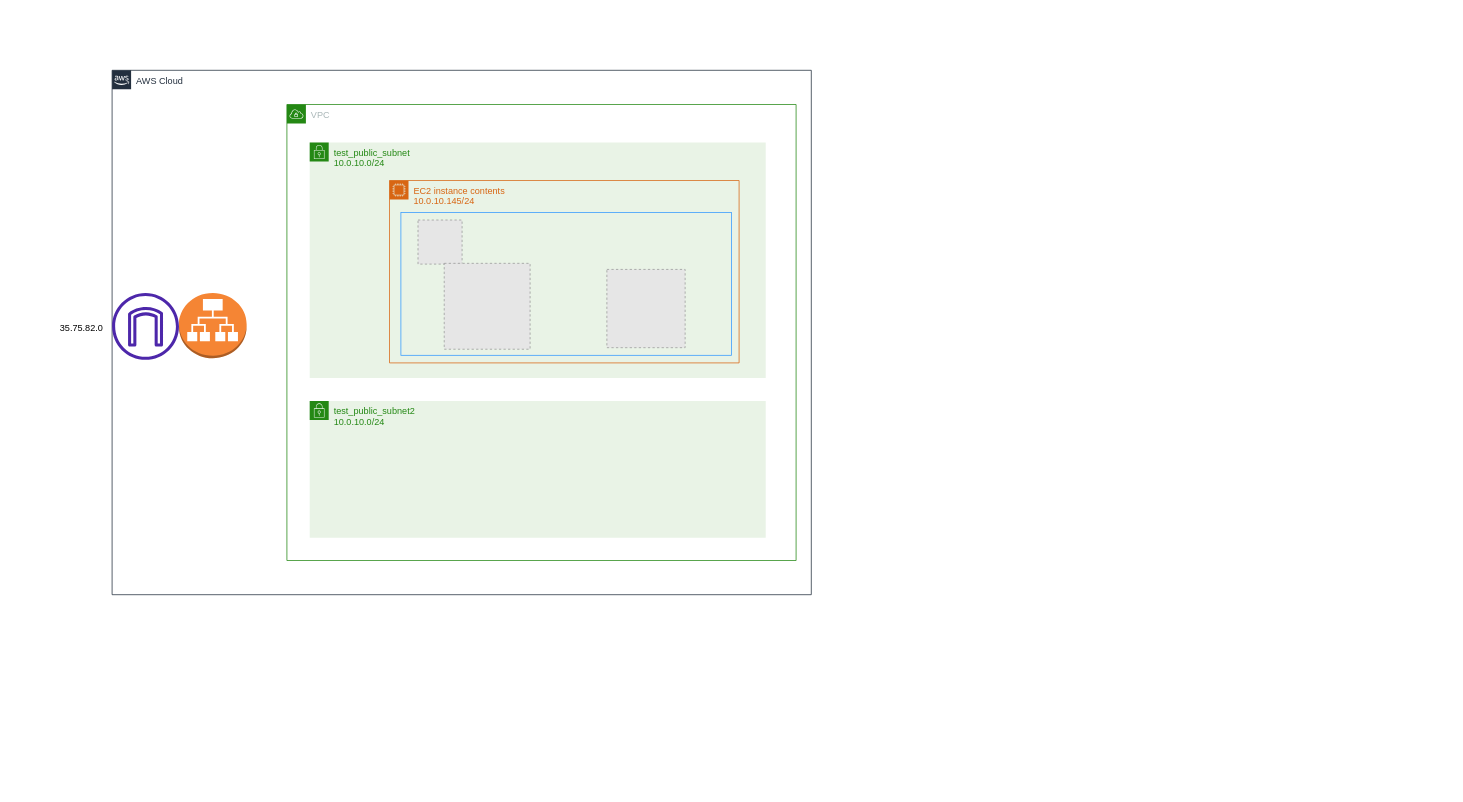
Before: Untitled Diagram.drawio in junjun491/jcookpad, a draw.io diagram. Source tidied: cells renumbered, new cells numbered last; positions are measured from the earlier drawing's top-left corner, leaving out a move shared by most shapes. Both pictures are drawn from the tidied source at 76%, with x=0, y=0 at pixel (51, 70). Pictures stored in the file or linked from it are replaced by grey dashed boxes.
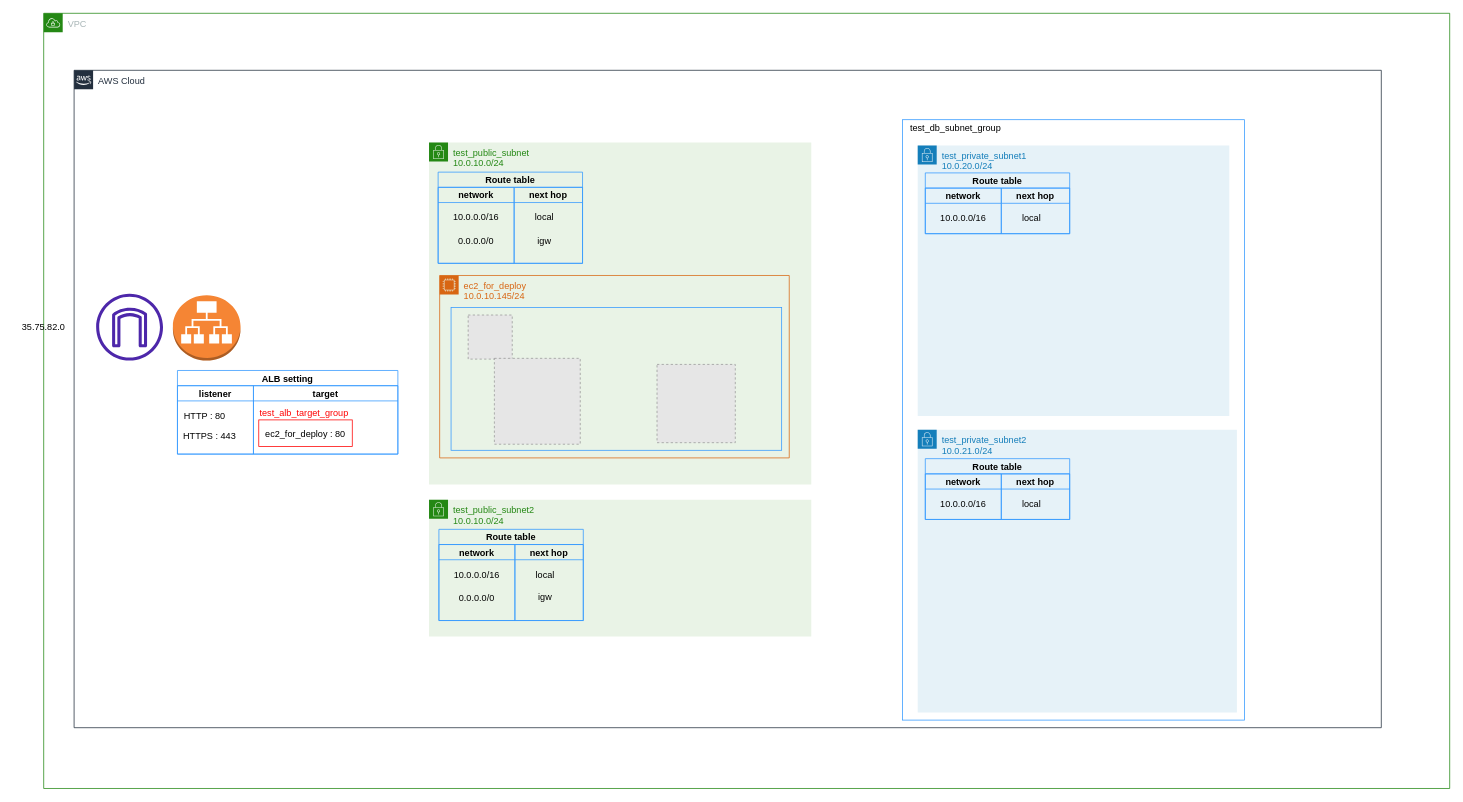
The same page after the edit.

Change to the diagram source:
```diff
@@
+    <mxCell id="3" value="VPC" style="gradientColor=none;html=1;whiteSpace=wrap;fontSize=12;fontStyle=0;shape=mxgraph.aws4.group;grIcon=mxgraph.aws4.group_vpc;strokeColor=#248814;fillColor=none;verticalAlign=top;align=left;spacingLeft=30;fontColor=#AAB7B8;dashed=0;" parent="1" vertex="1">
+      <mxGeometry x="-10" y="-75" width="1850" height="1020" as="geometry" />
+    </mxCell>
     <mxCell id="2" value="AWS Cloud" style="gradientColor=none;html=1;whiteSpace=wrap;fontSize=12;fontStyle=0;shape=mxgraph.aws4.group;grIcon=mxgraph.aws4.group_aws_cloud_alt;strokeColor=#232F3E;fillColor=none;verticalAlign=top;align=left;spacingLeft=30;fontColor=#232F3E;dashed=0;" parent="1" vertex="1">
-      <mxGeometry x="80" width="920" height="690" as="geometry" />
+      <mxGeometry x="30" width="1720" height="865" as="geometry" />
     </mxCell>
-    <mxCell id="3" value="VPC" style="gradientColor=none;html=1;whiteSpace=wrap;fontSize=12;fontStyle=0;shape=mxgraph.aws4.group;grIcon=mxgraph.aws4.group_vpc;strokeColor=#248814;fillColor=none;verticalAlign=top;align=left;spacingLeft=30;fontColor=#AAB7B8;dashed=0;" parent="1" vertex="1">
-      <mxGeometry x="310" y="45" width="670" height="600" as="geometry" />
-    </mxCell>
+    <mxCell id="14" value="test_private_subnet2&lt;br&gt;10.0.21.0/24" style="gradientColor=none;html=1;whiteSpace=wrap;fontSize=12;fontStyle=0;shape=mxgraph.aws4.group;grIcon=mxgraph.aws4.group_security_group;grStroke=0;strokeColor=#147EBA;fillColor=#E6F2F8;verticalAlign=top;align=left;spacingLeft=30;fontColor=#147EBA;dashed=0;labelBackgroundColor=none;" parent="1" vertex="1">
+      <mxGeometry x="1140" y="473" width="420" height="372" as="geometry" />
+    </mxCell>
     <mxCell id="4" value="test_public_subnet&lt;br&gt;10.0.10.0/24" style="gradientColor=none;html=1;whiteSpace=wrap;fontSize=12;fontStyle=0;shape=mxgraph.aws4.group;grIcon=mxgraph.aws4.group_security_group;grStroke=0;strokeColor=#248814;fillColor=#E9F3E6;verticalAlign=top;align=left;spacingLeft=30;fontColor=#248814;dashed=0;" parent="1" vertex="1">
-      <mxGeometry x="340" y="95" width="600" height="310" as="geometry" />
+      <mxGeometry x="497" y="95" width="503" height="450" as="geometry" />
     </mxCell>
-    <mxCell id="5" value="EC2 instance contents&lt;br&gt;10.0.10.145/24" style="gradientColor=none;html=1;whiteSpace=wrap;fontSize=12;fontStyle=0;shape=mxgraph.aws4.group;grIcon=mxgraph.aws4.group_ec2_instance_contents;strokeColor=#D86613;fillColor=none;verticalAlign=top;align=left;spacingLeft=30;fontColor=#D86613;dashed=0;" parent="1" vertex="1">
-      <mxGeometry x="445" y="145" width="460" height="240" as="geometry" />
+    <mxCell id="5" value="ec2_for_deploy&lt;br&gt;10.0.10.145/24" style="gradientColor=none;html=1;whiteSpace=wrap;fontSize=12;fontStyle=0;shape=mxgraph.aws4.group;grIcon=mxgraph.aws4.group_ec2_instance_contents;strokeColor=#D86613;fillColor=none;verticalAlign=top;align=left;spacingLeft=30;fontColor=#D86613;dashed=0;" parent="1" vertex="1">
+      <mxGeometry x="511" y="270" width="460" height="240" as="geometry" />
     </mxCell>
     <mxCell id="6" value="35.75.82.0" style="text;html=1;strokeColor=none;fillColor=none;align=center;verticalAlign=middle;whiteSpace=wrap;rounded=0;" parent="1" vertex="1">
-      <mxGeometry y="317" width="80" height="44" as="geometry" />
+      <mxGeometry x="-50" y="316" width="80" height="44" as="geometry" />
     </mxCell>
     <mxCell id="7" style="fillColor=#E6E6E6;strokeColor=#999999;dashed=1;verticalLabelPosition=bottom;labelBackgroundColor=#ffffff;verticalAlign=top;" parent="1" vertex="1">
-      <mxGeometry x="482.5" y="197" width="58" height="58" as="geometry" />
+      <mxGeometry x="548.5" y="322" width="58" height="58" as="geometry" />
     </mxCell>
     <mxCell id="8" style="rounded=0;whiteSpace=wrap;html=1;labelBackgroundColor=none;fillColor=none;strokeColor=#3399FF;" parent="1" vertex="1">
-      <mxGeometry x="460" y="187" width="435" height="188" as="geometry" />
+      <mxGeometry x="526" y="312" width="435" height="188" as="geometry" />
     </mxCell>
     <mxCell id="9" style="fillColor=#E6E6E6;strokeColor=#999999;dashed=1;verticalLabelPosition=bottom;labelBackgroundColor=#ffffff;verticalAlign=top;" parent="1" vertex="1">
-      <mxGeometry x="731" y="262" width="103" height="103" as="geometry" />
+      <mxGeometry x="797" y="387" width="103" height="103" as="geometry" />
     </mxCell>
     <mxCell id="10" style="fillColor=#E6E6E6;strokeColor=#999999;dashed=1;verticalLabelPosition=bottom;labelBackgroundColor=#ffffff;verticalAlign=top;" parent="1" vertex="1">
-      <mxGeometry x="517" y="254" width="113" height="113" as="geometry" />
+      <mxGeometry x="583" y="379" width="113" height="113" as="geometry" />
     </mxCell>
     <mxCell id="11" style="dashed=0;verticalLabelPosition=bottom;verticalAlign=top;align=center;html=1;shape=mxgraph.aws3.application_load_balancer;fillColor=#F58534;gradientColor=none;labelBackgroundColor=none;strokeColor=#3399FF;" parent="1" vertex="1">
-      <mxGeometry x="168" y="293" width="89" height="86" as="geometry" />
+      <mxGeometry x="160" y="296" width="89" height="86" as="geometry" />
     </mxCell>
     <mxCell id="12" style="sketch=0;fontColor=#232F3E;gradientColor=none;fillColor=#4D27AA;strokeColor=none;dashed=0;verticalLabelPosition=bottom;verticalAlign=top;align=center;html=1;fontSize=12;fontStyle=0;shape=mxgraph.aws4.internet_gateway;" parent="1" vertex="1">
-      <mxGeometry x="80" y="293" width="88" height="88" as="geometry" />
+      <mxGeometry x="59" y="294" width="88" height="88" as="geometry" />
     </mxCell>
     <mxCell id="13" value="test_public_subnet2&lt;br&gt;10.0.10.0/24" style="gradientColor=none;html=1;whiteSpace=wrap;fontSize=12;fontStyle=0;shape=mxgraph.aws4.group;grIcon=mxgraph.aws4.group_security_group;grStroke=0;strokeColor=#248814;fillColor=#E9F3E6;verticalAlign=top;align=left;spacingLeft=30;fontColor=#248814;dashed=0;labelBackgroundColor=none;" parent="1" vertex="1">
-      <mxGeometry x="340" y="435" width="600" height="180" as="geometry" />
+      <mxGeometry x="497" y="565" width="503" height="180" as="geometry" />
     </mxCell>
+    <mxCell id="15" value="Route table" style="swimlane;startSize=20;labelBackgroundColor=none;strokeColor=#3399FF;fillColor=none;" parent="1" vertex="1">
+      <mxGeometry x="509" y="134" width="190" height="120" as="geometry" />
+    </mxCell>
+    <mxCell id="16" value="network" style="swimlane;startSize=20;labelBackgroundColor=none;strokeColor=#3399FF;fillColor=none;" parent="15" vertex="1">
+      <mxGeometry y="20" width="100" height="100" as="geometry" />
+    </mxCell>
+    <mxCell id="17" value="10.0.0.0/16" style="text;html=1;strokeColor=none;fillColor=none;align=center;verticalAlign=middle;whiteSpace=wrap;rounded=0;labelBackgroundColor=none;" parent="16" vertex="1">
+      <mxGeometry x="20" y="25" width="60" height="30" as="geometry" />
+    </mxCell>
+    <mxCell id="18" value="next hop" style="swimlane;startSize=20;labelBackgroundColor=none;strokeColor=#3399FF;fillColor=none;" parent="15" vertex="1">
+      <mxGeometry x="100" y="20" width="90" height="100" as="geometry" />
+    </mxCell>
+    <mxCell id="19" value="local" style="text;html=1;strokeColor=none;fillColor=none;align=center;verticalAlign=middle;whiteSpace=wrap;rounded=0;labelBackgroundColor=none;" parent="18" vertex="1">
+      <mxGeometry x="10" y="25" width="60" height="30" as="geometry" />
+    </mxCell>
+    <mxCell id="20" value="0.0.0.0/0" style="text;html=1;strokeColor=none;fillColor=none;align=center;verticalAlign=middle;whiteSpace=wrap;rounded=0;labelBackgroundColor=none;" parent="1" vertex="1">
+      <mxGeometry x="529" y="210" width="60" height="30" as="geometry" />
+    </mxCell>
+    <mxCell id="21" value="igw" style="text;html=1;strokeColor=none;fillColor=none;align=center;verticalAlign=middle;whiteSpace=wrap;rounded=0;labelBackgroundColor=none;" parent="1" vertex="1">
+      <mxGeometry x="619" y="210" width="60" height="30" as="geometry" />
+    </mxCell>
+    <mxCell id="22" value="test_private_subnet1&lt;br&gt;10.0.20.0/24" style="gradientColor=none;html=1;whiteSpace=wrap;fontSize=12;fontStyle=0;shape=mxgraph.aws4.group;grIcon=mxgraph.aws4.group_security_group;grStroke=0;strokeColor=#147EBA;fillColor=#E6F2F8;verticalAlign=top;align=left;spacingLeft=30;fontColor=#147EBA;dashed=0;labelBackgroundColor=none;" parent="1" vertex="1">
+      <mxGeometry x="1140" y="99" width="410" height="356" as="geometry" />
+    </mxCell>
+    <mxCell id="23" value="Route table" style="swimlane;startSize=20;labelBackgroundColor=none;strokeColor=#3399FF;fillColor=none;" parent="1" vertex="1">
+      <mxGeometry x="1150" y="511" width="190" height="80" as="geometry" />
+    </mxCell>
+    <mxCell id="24" value="network" style="swimlane;startSize=20;labelBackgroundColor=none;strokeColor=#3399FF;fillColor=none;" parent="23" vertex="1">
+      <mxGeometry y="20" width="100" height="60" as="geometry" />
+    </mxCell>
+    <mxCell id="25" value="10.0.0.0/16" style="text;html=1;strokeColor=none;fillColor=none;align=center;verticalAlign=middle;whiteSpace=wrap;rounded=0;labelBackgroundColor=none;" parent="24" vertex="1">
+      <mxGeometry x="20" y="25" width="60" height="30" as="geometry" />
+    </mxCell>
+    <mxCell id="26" value="next hop" style="swimlane;startSize=20;labelBackgroundColor=none;strokeColor=#3399FF;fillColor=none;" parent="23" vertex="1">
+      <mxGeometry x="100" y="20" width="90" height="60" as="geometry" />
+    </mxCell>
+    <mxCell id="27" value="local" style="text;html=1;strokeColor=none;fillColor=none;align=center;verticalAlign=middle;whiteSpace=wrap;rounded=0;labelBackgroundColor=none;" parent="26" vertex="1">
+      <mxGeometry x="10" y="25" width="60" height="30" as="geometry" />
+    </mxCell>
+    <mxCell id="28" value="Route table" style="swimlane;startSize=20;labelBackgroundColor=none;strokeColor=#3399FF;fillColor=none;" parent="1" vertex="1">
+      <mxGeometry x="1150" y="135" width="190" height="80" as="geometry" />
+    </mxCell>
+    <mxCell id="29" value="network" style="swimlane;startSize=20;labelBackgroundColor=none;strokeColor=#3399FF;fillColor=none;" parent="28" vertex="1">
+      <mxGeometry y="20" width="100" height="60" as="geometry" />
+    </mxCell>
+    <mxCell id="30" value="10.0.0.0/16" style="text;html=1;strokeColor=none;fillColor=none;align=center;verticalAlign=middle;whiteSpace=wrap;rounded=0;labelBackgroundColor=none;" parent="29" vertex="1">
+      <mxGeometry x="20" y="25" width="60" height="30" as="geometry" />
+    </mxCell>
+    <mxCell id="31" value="next hop" style="swimlane;startSize=20;labelBackgroundColor=none;strokeColor=#3399FF;fillColor=none;" parent="28" vertex="1">
+      <mxGeometry x="100" y="20" width="90" height="60" as="geometry" />
+    </mxCell>
+    <mxCell id="32" value="local" style="text;html=1;strokeColor=none;fillColor=none;align=center;verticalAlign=middle;whiteSpace=wrap;rounded=0;labelBackgroundColor=none;" parent="31" vertex="1">
+      <mxGeometry x="10" y="25" width="60" height="30" as="geometry" />
+    </mxCell>
+    <mxCell id="33" value="Route table" style="swimlane;startSize=20;labelBackgroundColor=none;strokeColor=#3399FF;fillColor=none;" parent="1" vertex="1">
+      <mxGeometry x="510" y="604" width="190" height="120" as="geometry" />
+    </mxCell>
+    <mxCell id="34" value="network" style="swimlane;startSize=20;labelBackgroundColor=none;strokeColor=#3399FF;fillColor=none;" parent="33" vertex="1">
+      <mxGeometry y="20" width="100" height="100" as="geometry" />
+    </mxCell>
+    <mxCell id="35" value="10.0.0.0/16" style="text;html=1;strokeColor=none;fillColor=none;align=center;verticalAlign=middle;whiteSpace=wrap;rounded=0;labelBackgroundColor=none;" parent="34" vertex="1">
+      <mxGeometry x="20" y="25" width="60" height="30" as="geometry" />
+    </mxCell>
+    <mxCell id="36" value="next hop" style="swimlane;startSize=20;labelBackgroundColor=none;strokeColor=#3399FF;fillColor=none;" parent="33" vertex="1">
+      <mxGeometry x="100" y="20" width="90" height="100" as="geometry" />
+    </mxCell>
+    <mxCell id="37" value="local" style="text;html=1;strokeColor=none;fillColor=none;align=center;verticalAlign=middle;whiteSpace=wrap;rounded=0;labelBackgroundColor=none;" parent="36" vertex="1">
+      <mxGeometry x="10" y="25" width="60" height="30" as="geometry" />
+    </mxCell>
+    <mxCell id="38" value="0.0.0.0/0" style="text;html=1;strokeColor=none;fillColor=none;align=center;verticalAlign=middle;whiteSpace=wrap;rounded=0;labelBackgroundColor=none;" parent="1" vertex="1">
+      <mxGeometry x="530" y="680" width="60" height="30" as="geometry" />
+    </mxCell>
+    <mxCell id="39" value="igw" style="text;html=1;strokeColor=none;fillColor=none;align=center;verticalAlign=middle;whiteSpace=wrap;rounded=0;labelBackgroundColor=none;" parent="1" vertex="1">
+      <mxGeometry x="620" y="679" width="60" height="30" as="geometry" />
+    </mxCell>
+    <mxCell id="40" style="rounded=0;whiteSpace=wrap;html=1;labelBackgroundColor=none;strokeColor=#3399FF;fillColor=none;" parent="1" vertex="1">
+      <mxGeometry x="1120" y="65" width="450" height="790" as="geometry" />
+    </mxCell>
+    <mxCell id="41" value="test_db_subnet_group" style="text;html=1;strokeColor=none;fillColor=none;align=center;verticalAlign=middle;whiteSpace=wrap;rounded=0;" parent="1" vertex="1">
+      <mxGeometry x="1120" y="55" width="140" height="44" as="geometry" />
+    </mxCell>
+    <mxCell id="42" value="ALB setting" style="swimlane;startSize=20;labelBackgroundColor=none;strokeColor=#3399FF;fillColor=none;" parent="1" vertex="1">
+      <mxGeometry x="166" y="395" width="290" height="110" as="geometry" />
+    </mxCell>
+    <mxCell id="43" value="listener" style="swimlane;startSize=20;labelBackgroundColor=none;strokeColor=#3399FF;fillColor=none;" parent="42" vertex="1">
+      <mxGeometry y="20" width="100" height="90" as="geometry" />
+    </mxCell>
+    <mxCell id="44" value="HTTP : 80" style="text;html=1;strokeColor=none;fillColor=none;align=center;verticalAlign=middle;whiteSpace=wrap;rounded=0;labelBackgroundColor=none;" parent="43" vertex="1">
+      <mxGeometry x="-14" y="25" width="100" height="30" as="geometry" />
+    </mxCell>
+    <mxCell id="45" value="target" style="swimlane;startSize=20;labelBackgroundColor=none;strokeColor=#3399FF;fillColor=none;" parent="42" vertex="1">
+      <mxGeometry x="100" y="20" width="190" height="90" as="geometry" />
+    </mxCell>
+    <mxCell id="46" style="rounded=0;whiteSpace=wrap;html=1;labelBackgroundColor=none;strokeColor=#FF0000;fillColor=none;" parent="45" vertex="1">
+      <mxGeometry x="7" y="45" width="123" height="35" as="geometry" />
+    </mxCell>
+    <mxCell id="47" value="ec2_for_deploy : 80" style="text;html=1;strokeColor=none;fillColor=none;align=center;verticalAlign=middle;whiteSpace=wrap;rounded=0;labelBackgroundColor=none;" parent="45" vertex="1">
+      <mxGeometry x="7" y="49" width="123" height="30" as="geometry" />
+    </mxCell>
+    <mxCell id="48" value="&lt;font color=&quot;#ff0000&quot;&gt;test_alb_target_group&amp;nbsp;&lt;/font&gt;" style="text;html=1;strokeColor=none;fillColor=none;align=center;verticalAlign=middle;whiteSpace=wrap;rounded=0;labelBackgroundColor=none;" parent="1" vertex="1">
+      <mxGeometry x="273" y="436" width="123" height="30" as="geometry" />
+    </mxCell>
+    <mxCell id="49" value="HTTPS : 443" style="text;html=1;strokeColor=none;fillColor=none;align=center;verticalAlign=middle;whiteSpace=wrap;rounded=0;labelBackgroundColor=none;" parent="1" vertex="1">
+      <mxGeometry x="170" y="466" width="77" height="30" as="geometry" />
+    </mxCell>
```
